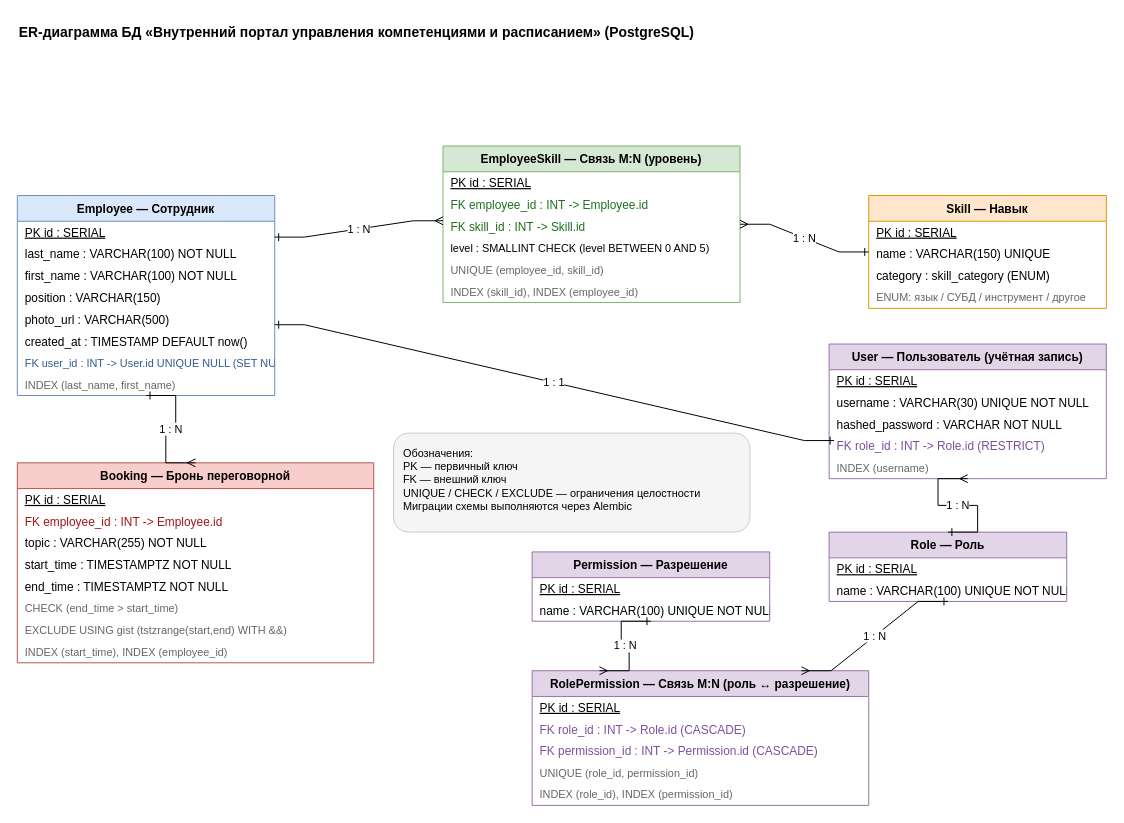
Earlier version of the draw.io diagram diagrams/er-diagram.drawio (Pumpardian/Internal-Competency-and-Schedule-Management-Portal). Source tidied: cells renumbered, new cells numbered last; positions are measured from the earlier drawing's top-left corner, leaving out a move shared by most shapes. Both pictures are drawn from the tidied source at 99%, with x=0, y=0 at pixel (17, 17).
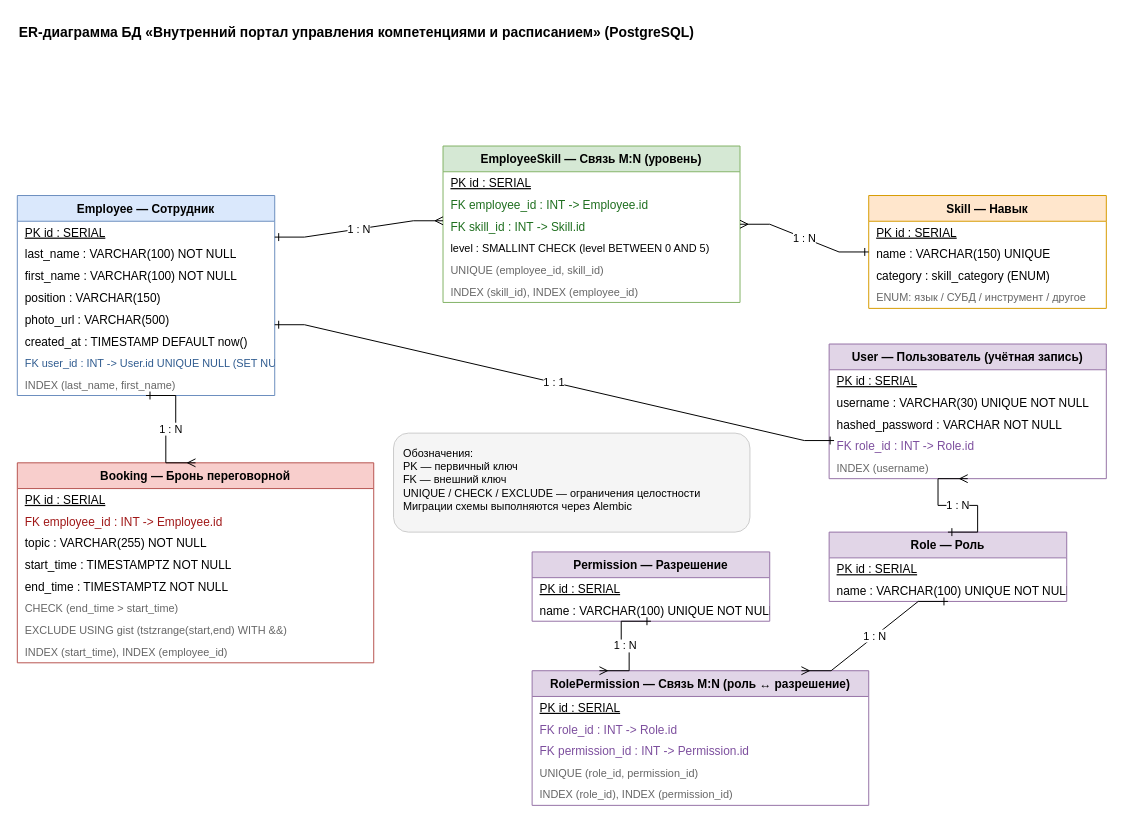
Above is the later version.

Unchanged cells that the change refers to:
```xml
<mxCell id="33" value="User — Пользователь (учётная запись)" style="swimlane;fontStyle=1;align=center;verticalAlign=top;horizontal=1;startSize=26;swimlaneFillColor=#FFFFFF;fillColor=#e1d5e7;strokeColor=#9673a6;fontSize=12;" parent="1" vertex="1">
  <mxGeometry x="820" y="330" width="280" height="136" as="geometry" />
</mxCell>
<mxCell id="45" value="RolePermission — Связь M:N (роль ↔ разрешение)" style="swimlane;fontStyle=1;align=center;verticalAlign=top;horizontal=1;startSize=26;swimlaneFillColor=#FFFFFF;fillColor=#e1d5e7;strokeColor=#9673a6;fontSize=12;" parent="1" vertex="1">
  <mxGeometry x="520" y="660" width="340" height="136" as="geometry" />
</mxCell>
```

The edit, as a diff of the source:
```diff
@@
-    <mxCell id="37" value="FK  role_id : INT -&gt; Role.id  (RESTRICT)" style="text;align=left;verticalAlign=middle;spacingLeft=6;overflow=hidden;fontSize=12;fontColor=#7d4f9e;" parent="33" vertex="1">
+    <mxCell id="37" value="FK  role_id : INT -&gt; Role.id" style="text;align=left;verticalAlign=middle;spacingLeft=6;overflow=hidden;fontSize=12;fontColor=#7d4f9e;" parent="33" vertex="1">
       <mxGeometry y="92" width="280" height="22" as="geometry" />
     </mxCell>
@@
-    <mxCell id="47" value="FK  role_id : INT -&gt; Role.id  (CASCADE)" style="text;align=left;verticalAlign=middle;spacingLeft=6;overflow=hidden;fontSize=12;fontColor=#7d4f9e;" parent="45" vertex="1">
+    <mxCell id="47" value="FK  role_id : INT -&gt; Role.id" style="text;align=left;verticalAlign=middle;spacingLeft=6;overflow=hidden;fontSize=12;fontColor=#7d4f9e;" parent="45" vertex="1">
       <mxGeometry y="48" width="340" height="22" as="geometry" />
     </mxCell>
-    <mxCell id="48" value="FK  permission_id : INT -&gt; Permission.id  (CASCADE)" style="text;align=left;verticalAlign=middle;spacingLeft=6;overflow=hidden;fontSize=12;fontColor=#7d4f9e;" parent="45" vertex="1">
+    <mxCell id="48" value="FK  permission_id : INT -&gt; Permission.id" style="text;align=left;verticalAlign=middle;spacingLeft=6;overflow=hidden;fontSize=12;fontColor=#7d4f9e;" parent="45" vertex="1">
       <mxGeometry y="70" width="340" height="22" as="geometry" />
     </mxCell>
```
